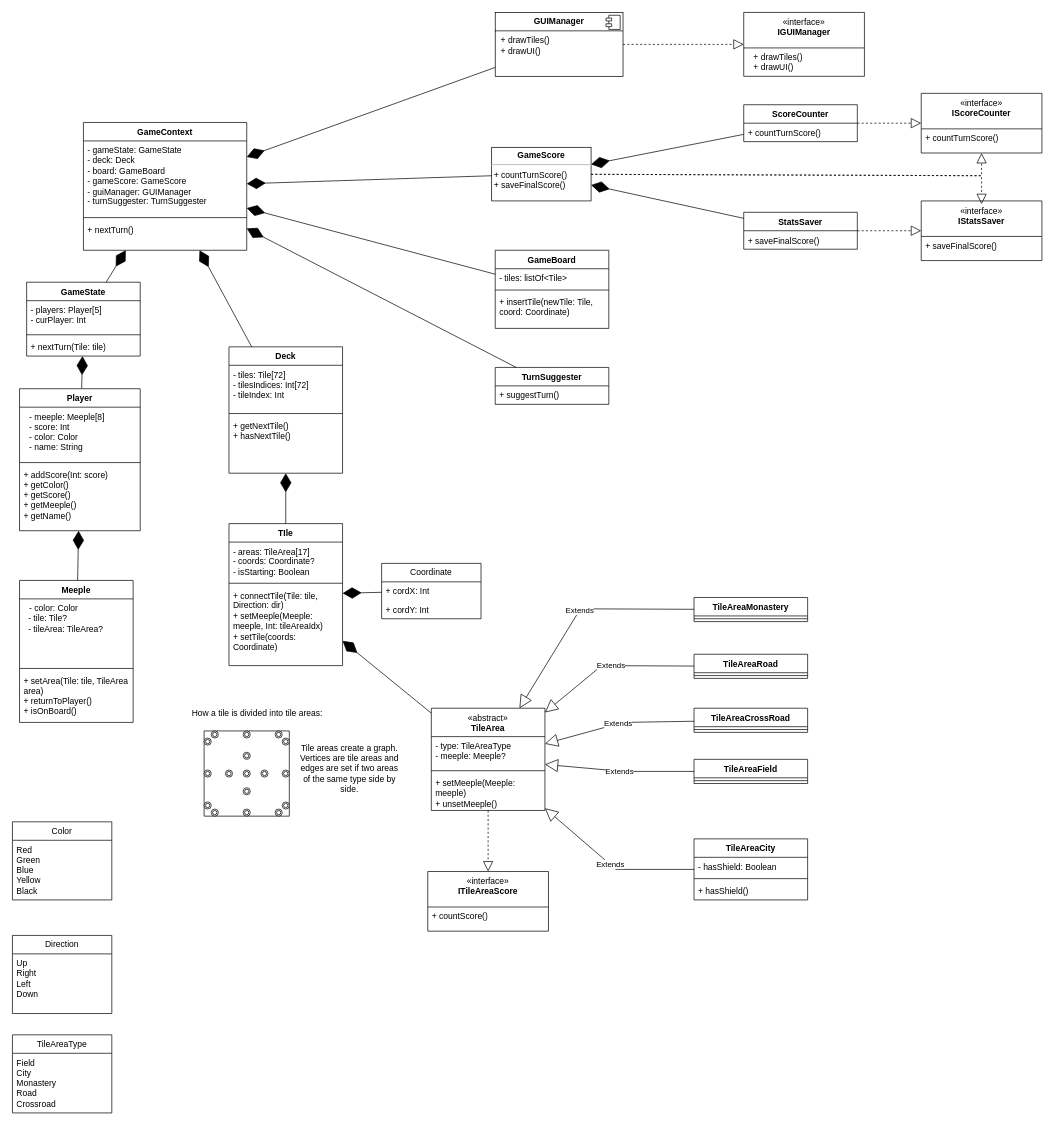
This is carcassone.drawio from energyc0/carcassone-spbu, a draw.io file, before an edit. Source tidied: cells renumbered, new cells numbered last; positions are measured from the earlier drawing's top-left corner, leaving out a move shared by most shapes. Both pictures are drawn from the tidied source at 71%, with x=0, y=0 at pixel (12, 12).
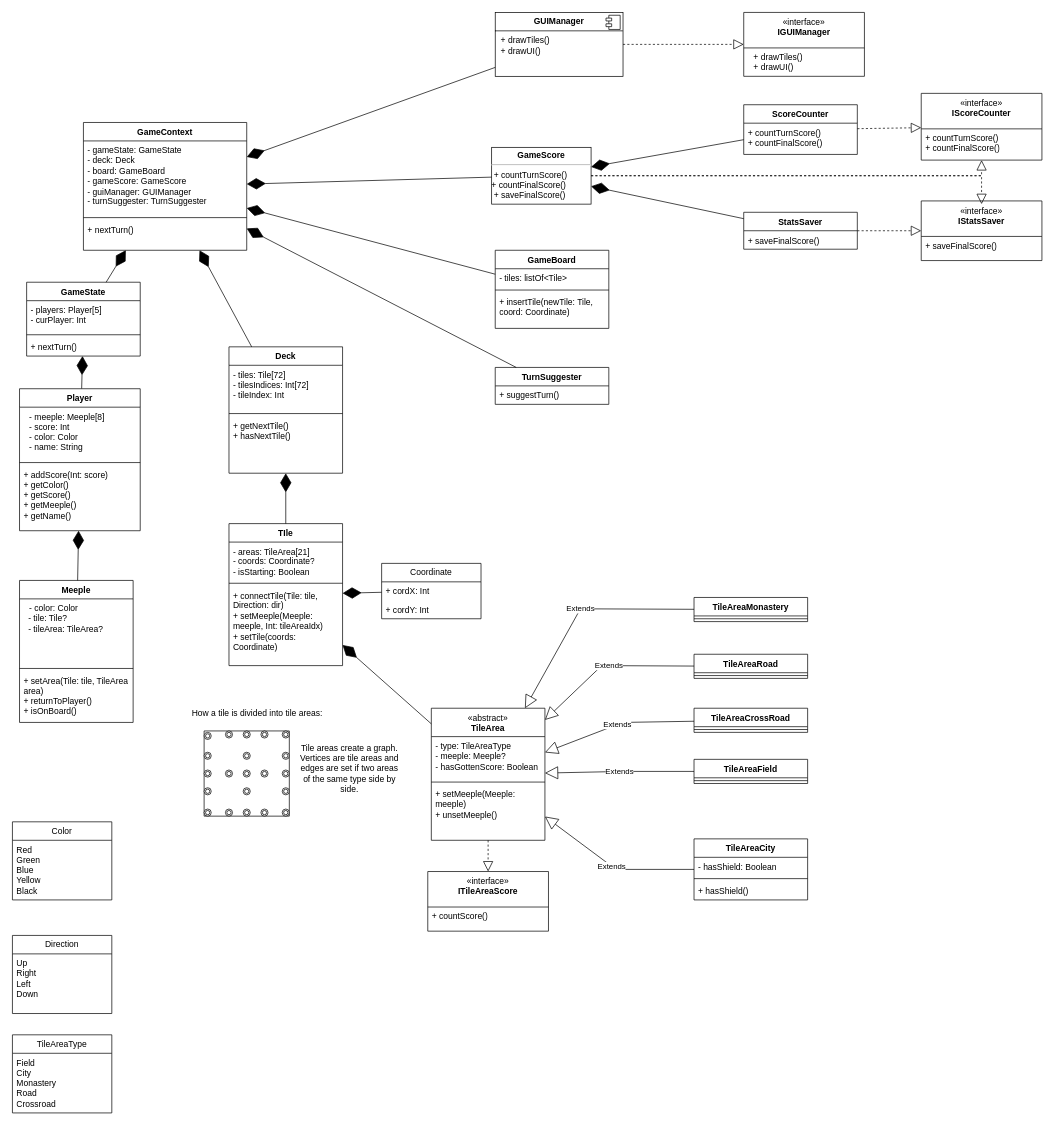
The same page after the edit.

Commit message:
docs(arch): changed tile areas representation

The change refers to these unchanged cells:
```xml
<mxCell id="2" value="TIle" style="swimlane;fontStyle=1;align=center;verticalAlign=top;horizontal=1;startSize=26;whiteSpace=wrap;html=1;" parent="1" vertex="1">
  <mxGeometry x="305" y="720" width="160" height="200" as="geometry" />
</mxCell>
<mxCell id="60" value="GameState" style="swimlane;fontStyle=1;align=center;verticalAlign=top;horizontal=1;startSize=26;whiteSpace=wrap;html=1;" parent="1" vertex="1">
  <mxGeometry x="20" y="380" width="160" height="104" as="geometry" />
</mxCell>
```

What changed in the source:
```diff
@@
-    <mxCell id="3" value="&lt;div&gt;- areas: TileArea[17]&lt;/div&gt;&lt;div&gt;- coords: Coordinate?&lt;br&gt;&lt;/div&gt;&lt;div&gt;- isStarting: Boolean&lt;/div&gt;" style="text;strokeColor=none;fillColor=none;align=left;verticalAlign=top;spacingLeft=4;spacingRight=4;overflow=hidden;whiteSpace=wrap;html=1;" parent="2" vertex="1">
+    <mxCell id="3" value="&lt;div&gt;- areas: TileArea[21]&lt;/div&gt;&lt;div&gt;- coords: Coordinate?&lt;br&gt;&lt;/div&gt;&lt;div&gt;- isStarting: Boolean&lt;/div&gt;" style="text;strokeColor=none;fillColor=none;align=left;verticalAlign=top;spacingLeft=4;spacingRight=4;overflow=hidden;whiteSpace=wrap;html=1;" parent="2" vertex="1">
       <mxGeometry y="26" width="160" height="54" as="geometry" />
     </mxCell>
@@
     <mxCell id="6" value="&lt;div&gt;&lt;div&gt;&lt;span style=&quot;font-weight: 400;&quot;&gt;«abstract»&lt;/span&gt;&lt;/div&gt;&lt;/div&gt;TileArea&lt;div&gt;&lt;br&gt;&lt;/div&gt;" style="swimlane;fontStyle=1;align=center;verticalAlign=top;horizontal=1;startSize=40;whiteSpace=wrap;html=1;" parent="1" vertex="1">
-      <mxGeometry x="590" y="980" width="160" height="144" as="geometry" />
+      <mxGeometry x="590" y="980" width="160" height="186" as="geometry" />
     </mxCell>
-    <mxCell id="7" value="&lt;div&gt;- type: TileAreaType&lt;/div&gt;&lt;div&gt;- meeple: Meeple?&lt;/div&gt;" style="text;strokeColor=none;fillColor=none;align=left;verticalAlign=top;spacingLeft=4;spacingRight=4;overflow=hidden;whiteSpace=wrap;html=1;" parent="6" vertex="1">
-      <mxGeometry y="40" width="160" height="44" as="geometry" />
+    <mxCell id="7" value="&lt;div&gt;- type: TileAreaType&lt;/div&gt;&lt;div&gt;- meeple: Meeple?&lt;/div&gt;&lt;div&gt;- hasGottenScore: Boolean&lt;/div&gt;" style="text;strokeColor=none;fillColor=none;align=left;verticalAlign=top;spacingLeft=4;spacingRight=4;overflow=hidden;whiteSpace=wrap;html=1;" parent="6" vertex="1">
+      <mxGeometry y="40" width="160" height="60" as="geometry" />
     </mxCell>
     <mxCell id="8" style="line;strokeWidth=1;fillColor=none;align=left;verticalAlign=middle;spacingTop=-1;spacingLeft=3;spacingRight=3;labelPosition=right;strokeColor=inherit;" parent="6" vertex="1">
-      <mxGeometry y="84" width="160" height="8" as="geometry" />
+      <mxGeometry y="100" width="160" height="8" as="geometry" />
     </mxCell>
     <mxCell id="9" value="&lt;div&gt;+ setMeeple(Meeple: meeple)&lt;/div&gt;&lt;div&gt;+ unsetMeeple()&lt;/div&gt;" style="text;strokeColor=none;fillColor=none;align=left;verticalAlign=top;spacingLeft=4;spacingRight=4;overflow=hidden;whiteSpace=wrap;html=1;" parent="6" vertex="1">
-      <mxGeometry y="92" width="160" height="52" as="geometry" />
+      <mxGeometry y="108" width="160" height="78" as="geometry" />
     </mxCell>
@@
     <mxCell id="20" style="ellipse;shape=doubleEllipse;whiteSpace=wrap;html=1;" parent="1" vertex="1">
-      <mxGeometry x="280" y="1012" width="10" height="10" as="geometry" />
+      <mxGeometry x="300" y="1012" width="10" height="10" as="geometry" />
     </mxCell>
     <mxCell id="21" style="ellipse;shape=doubleEllipse;whiteSpace=wrap;html=1;" parent="1" vertex="1">
-      <mxGeometry x="270" y="1022" width="10" height="10" as="geometry" />
+      <mxGeometry x="270" y="1042" width="10" height="10" as="geometry" />
     </mxCell>
     <mxCell id="22" style="ellipse;shape=doubleEllipse;whiteSpace=wrap;html=1;" parent="1" vertex="1">
-      <mxGeometry x="370" y="1012" width="10" height="10" as="geometry" />
+      <mxGeometry x="350" y="1012" width="10" height="10" as="geometry" />
     </mxCell>
     <mxCell id="23" style="ellipse;shape=doubleEllipse;whiteSpace=wrap;html=1;" parent="1" vertex="1">
-      <mxGeometry x="380" y="1022" width="10" height="10" as="geometry" />
+      <mxGeometry x="380" y="1042" width="10" height="10" as="geometry" />
     </mxCell>
     <mxCell id="24" style="ellipse;shape=doubleEllipse;whiteSpace=wrap;html=1;" parent="1" vertex="1">
-      <mxGeometry x="280" y="1122" width="10" height="10" as="geometry" />
+      <mxGeometry x="300" y="1122" width="10" height="10" as="geometry" />
     </mxCell>
     <mxCell id="25" style="ellipse;shape=doubleEllipse;whiteSpace=wrap;html=1;" parent="1" vertex="1">
-      <mxGeometry x="270" y="1112" width="10" height="10" as="geometry" />
+      <mxGeometry x="270" y="1092" width="10" height="10" as="geometry" />
     </mxCell>
     <mxCell id="26" style="ellipse;shape=doubleEllipse;whiteSpace=wrap;html=1;" parent="1" vertex="1">
-      <mxGeometry x="380" y="1112" width="10" height="10" as="geometry" />
+      <mxGeometry x="380" y="1092" width="10" height="10" as="geometry" />
     </mxCell>
     <mxCell id="27" style="ellipse;shape=doubleEllipse;whiteSpace=wrap;html=1;" parent="1" vertex="1">
-      <mxGeometry x="370" y="1122" width="10" height="10" as="geometry" />
+      <mxGeometry x="350" y="1122" width="10" height="10" as="geometry" />
     </mxCell>
@@
-    <mxCell id="63" value="+ nextTurn(Tile: tile)" style="text;strokeColor=none;fillColor=none;align=left;verticalAlign=top;spacingLeft=4;spacingRight=4;overflow=hidden;whiteSpace=wrap;html=1;" parent="60" vertex="1">
+    <mxCell id="63" value="+ nextTurn()" style="text;strokeColor=none;fillColor=none;align=left;verticalAlign=top;spacingLeft=4;spacingRight=4;overflow=hidden;whiteSpace=wrap;html=1;" parent="60" vertex="1">
       <mxGeometry y="78" width="160" height="26" as="geometry" />
     </mxCell>
@@
-    <mxCell id="83" value="&lt;p style=&quot;margin:0px;margin-top:4px;text-align:center;&quot;&gt;&lt;b&gt;GameScore&lt;/b&gt;&lt;/p&gt;&lt;hr&gt;&amp;nbsp;+ countTurnScore()&lt;div&gt;&amp;nbsp;+ saveFinalScore()&lt;/div&gt;" style="verticalAlign=top;align=left;overflow=fill;html=1;whiteSpace=wrap;" parent="1" vertex="1">
-      <mxGeometry x="675" y="190" width="140" height="75.5" as="geometry" />
+    <mxCell id="83" value="&lt;p style=&quot;margin:0px;margin-top:4px;text-align:center;&quot;&gt;&lt;b&gt;GameScore&lt;/b&gt;&lt;/p&gt;&lt;hr&gt;&amp;nbsp;+ countTurnScore()&lt;div&gt;+ countFinalScore()&lt;br&gt;&lt;div&gt;&amp;nbsp;+ saveFinalScore()&lt;/div&gt;&lt;/div&gt;" style="verticalAlign=top;align=left;overflow=fill;html=1;whiteSpace=wrap;" parent="1" vertex="1">
+      <mxGeometry x="675" y="190" width="140" height="80" as="geometry" />
     </mxCell>
     <mxCell id="84" value="&lt;div&gt;&lt;span style=&quot;font-weight: 400;&quot;&gt;«interface»&lt;/span&gt;&lt;/div&gt;IScoreCounter" style="swimlane;fontStyle=1;align=center;verticalAlign=top;horizontal=1;startSize=50;whiteSpace=wrap;html=1;" parent="1" vertex="1">
-      <mxGeometry x="1280" y="114" width="170" height="84" as="geometry" />
+      <mxGeometry x="1280" y="114" width="170" height="94" as="geometry" />
     </mxCell>
-    <mxCell id="85" value="&lt;div&gt;+ countTurnScore()&lt;/div&gt;" style="text;strokeColor=none;fillColor=none;align=left;verticalAlign=top;spacingLeft=4;spacingRight=4;overflow=hidden;whiteSpace=wrap;html=1;" parent="84" vertex="1">
-      <mxGeometry y="50" width="170" height="34" as="geometry" />
+    <mxCell id="85" value="&lt;div&gt;+ countTurnScore()&lt;/div&gt;&lt;div&gt;+ countFinalScore()&lt;/div&gt;" style="text;strokeColor=none;fillColor=none;align=left;verticalAlign=top;spacingLeft=4;spacingRight=4;overflow=hidden;whiteSpace=wrap;html=1;" parent="84" vertex="1">
+      <mxGeometry y="50" width="170" height="44" as="geometry" />
     </mxCell>
@@
     <mxCell id="88" value="ScoreCounter" style="swimlane;fontStyle=1;align=center;verticalAlign=top;horizontal=1;startSize=26;whiteSpace=wrap;html=1;" parent="1" vertex="1">
-      <mxGeometry x="1030" y="130" width="160" height="52" as="geometry" />
+      <mxGeometry x="1030" y="130" width="160" height="70" as="geometry" />
     </mxCell>
-    <mxCell id="89" value="+ countTurnScore()" style="text;strokeColor=none;fillColor=none;align=left;verticalAlign=top;spacingLeft=4;spacingRight=4;overflow=hidden;whiteSpace=wrap;html=1;" parent="88" vertex="1">
-      <mxGeometry y="26" width="160" height="26" as="geometry" />
+    <mxCell id="89" value="+ countTurnScore()&lt;div&gt;+ countFinalScore()&lt;/div&gt;" style="text;strokeColor=none;fillColor=none;align=left;verticalAlign=top;spacingLeft=4;spacingRight=4;overflow=hidden;whiteSpace=wrap;html=1;" parent="88" vertex="1">
+      <mxGeometry y="26" width="160" height="44" as="geometry" />
     </mxCell>
@@
+    <mxCell id="116" style="ellipse;shape=doubleEllipse;whiteSpace=wrap;html=1;" parent="1" vertex="1">
+      <mxGeometry x="270" y="1122" width="10" height="10" as="geometry" />
+    </mxCell>
+    <mxCell id="117" style="ellipse;shape=doubleEllipse;whiteSpace=wrap;html=1;" parent="1" vertex="1">
+      <mxGeometry x="270" y="1014" width="10" height="10" as="geometry" />
+    </mxCell>
+    <mxCell id="118" style="ellipse;shape=doubleEllipse;whiteSpace=wrap;html=1;" parent="1" vertex="1">
+      <mxGeometry x="380" y="1122" width="10" height="10" as="geometry" />
+    </mxCell>
+    <mxCell id="119" style="ellipse;shape=doubleEllipse;whiteSpace=wrap;html=1;" parent="1" vertex="1">
+      <mxGeometry x="380" y="1012" width="10" height="10" as="geometry" />
+    </mxCell>
```
